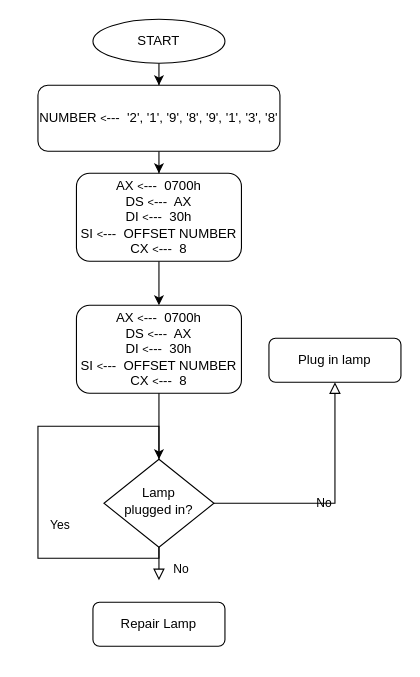
Before: micro1.drawio in mmuurraatt/My-Projects-On-Github, a draw.io diagram. Source tidied: cells renumbered, new cells numbered last; positions are measured from the earlier drawing's top-left corner, leaving out a move shared by most shapes. Both pictures are drawn from the tidied source at 110%, with x=0, y=0 at pixel (37, 19).
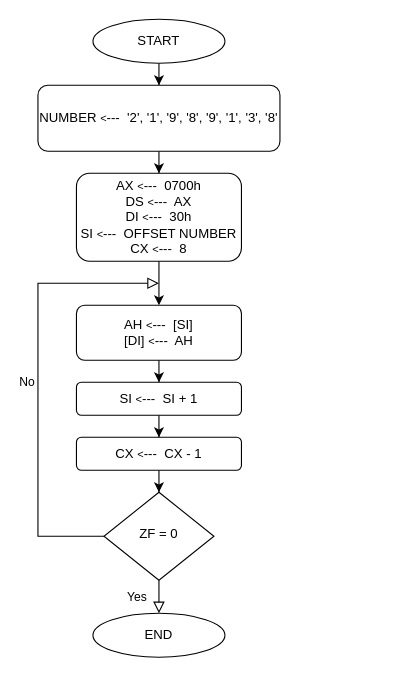
Above is the later version.

Change to the diagram source:
```diff
@@
-    <mxCell id="4" value="Yes" style="rounded=0;html=1;jettySize=auto;fontSize=11;endArrow=block;endFill=0;endSize=8;strokeWidth=1;shadow=0;labelBackgroundColor=none;edgeStyle=orthogonalEdgeStyle;" parent="1" edge="1" source="6">
-      <mxGeometry y="20" relative="1" as="geometry">
-        <mxPoint x="110" y="400" as="targetPoint" />
-        <Array as="points">
-          <mxPoint x="110" y="370" />
-          <mxPoint y="370" />
-          <mxPoint y="490" />
-          <mxPoint x="110" y="490" />
-        </Array>
-      </mxGeometry>
+    <mxCell id="4" value="Yes" style="rounded=0;html=1;jettySize=auto;fontSize=11;endArrow=block;endFill=0;endSize=8;strokeWidth=1;shadow=0;labelBackgroundColor=none;edgeStyle=orthogonalEdgeStyle;entryX=0.5;entryY=0;entryDx=0;entryDy=0;" parent="1" edge="1" source="6" target="22">
+      <mxGeometry y="20" relative="1" as="geometry" />
     </mxCell>
-    <mxCell id="5" value="No" style="edgeStyle=orthogonalEdgeStyle;rounded=0;html=1;jettySize=auto;fontSize=11;endArrow=block;endFill=0;endSize=8;strokeWidth=1;shadow=0;labelBackgroundColor=none;" parent="1" edge="1" source="6" target="7">
-      <mxGeometry y="10" relative="1" as="geometry" />
+    <mxCell id="5" value="No" style="edgeStyle=orthogonalEdgeStyle;rounded=0;html=1;jettySize=auto;fontSize=11;endArrow=block;endFill=0;endSize=8;strokeWidth=1;shadow=0;labelBackgroundColor=none;" parent="1" edge="1" source="6">
+      <mxGeometry y="10" relative="1" as="geometry">
+        <mxPoint x="110" y="240" as="targetPoint" />
+        <Array as="points">
+          <mxPoint y="470" />
+          <mxPoint y="240" />
+        </Array>
+      </mxGeometry>
     </mxCell>
-    <mxCell id="6" value="Lamp&lt;br&gt;plugged in?" style="rhombus;whiteSpace=wrap;html=1;shadow=0;fontFamily=Helvetica;fontSize=12;align=center;strokeWidth=1;spacing=6;spacingTop=-4;" parent="1" vertex="1">
-      <mxGeometry x="60" y="400" width="100" height="80" as="geometry" />
+    <mxCell id="6" value="ZF = 0" style="rhombus;whiteSpace=wrap;html=1;shadow=0;fontFamily=Helvetica;fontSize=12;align=center;strokeWidth=1;spacing=6;spacingTop=-4;" parent="1" vertex="1">
+      <mxGeometry x="60" y="430" width="100" height="80" as="geometry" />
     </mxCell>
-    <mxCell id="7" value="Plug in lamp" style="rounded=1;whiteSpace=wrap;html=1;fontSize=12;glass=0;strokeWidth=1;shadow=0;" parent="1" vertex="1">
-      <mxGeometry x="210" y="290" width="120" height="40" as="geometry" />
-    </mxCell>
-    <mxCell id="8" value="No" style="rounded=0;html=1;jettySize=auto;orthogonalLoop=1;fontSize=11;endArrow=block;endFill=0;endSize=8;strokeWidth=1;shadow=0;labelBackgroundColor=none;edgeStyle=orthogonalEdgeStyle;" parent="1" edge="1">
-      <mxGeometry x="0.33" y="20" relative="1" as="geometry">
-        <mxPoint x="110" y="480" as="sourcePoint" />
-        <mxPoint x="110" y="510" as="targetPoint" />
-      </mxGeometry>
-    </mxCell>
-    <mxCell id="9" value="Repair Lamp" style="rounded=1;whiteSpace=wrap;html=1;fontSize=12;glass=0;strokeWidth=1;shadow=0;" parent="1" vertex="1">
-      <mxGeometry x="50" y="530" width="120" height="40" as="geometry" />
-    </mxCell>
@@
-    <mxCell id="15" style="edgeStyle=orthogonalEdgeStyle;rounded=0;jettySize=auto;html=1;exitX=0.5;exitY=1;exitDx=0;exitDy=0;fontSize=12;entryX=0.5;entryY=0;entryDx=0;entryDy=0;" parent="1" edge="1" source="16" target="6">
-      <mxGeometry relative="1" as="geometry">
-        <Array as="points">
-          <mxPoint x="110" y="330" />
-        </Array>
-      </mxGeometry>
-    </mxCell>
+    <mxCell id="17" style="edgeStyle=orthogonalEdgeStyle;rounded=0;jettySize=auto;html=1;fontSize=12;" parent="1" edge="1" source="16" target="21">
+      <mxGeometry relative="1" as="geometry" />
+    </mxCell>
-    <mxCell id="16" value="AX &lt;font size=&quot;1&quot;&gt;&amp;lt;&lt;/font&gt;---&amp;nbsp; 0700h&lt;br&gt;DS&amp;nbsp;&lt;font style=&quot;font-size: 10px&quot;&gt;&amp;lt;&lt;/font&gt;&lt;font style=&quot;font-size: 12px&quot;&gt;---&lt;/font&gt;&amp;nbsp; AX&lt;br&gt;DI&amp;nbsp;&lt;font size=&quot;1&quot;&gt;&amp;lt;&lt;/font&gt;---&amp;nbsp; 30h&lt;br&gt;SI&amp;nbsp;&lt;font size=&quot;1&quot;&gt;&amp;lt;&lt;/font&gt;---&amp;nbsp; OFFSET NUMBER&lt;br&gt;CX&amp;nbsp;&lt;font size=&quot;1&quot;&gt;&amp;lt;&lt;/font&gt;---&amp;nbsp; 8" style="rounded=1;whiteSpace=wrap;html=1;fontSize=12;glass=0;strokeWidth=1;shadow=0;" parent="1" vertex="1">
-      <mxGeometry x="35" y="260" width="150" height="80" as="geometry" />
+    <mxCell id="16" value="AH&amp;nbsp;&lt;font size=&quot;1&quot;&gt;&amp;lt;&lt;/font&gt;---&amp;nbsp; [SI]&lt;br&gt;[DI]&amp;nbsp;&lt;font style=&quot;font-size: 10px&quot;&gt;&amp;lt;&lt;/font&gt;&lt;font style=&quot;font-size: 12px&quot;&gt;---&lt;/font&gt;&amp;nbsp; AH&lt;br&gt;" style="rounded=1;whiteSpace=wrap;html=1;fontSize=12;glass=0;strokeWidth=1;shadow=0;" parent="1" vertex="1">
+      <mxGeometry x="35" y="260" width="150" height="50" as="geometry" />
     </mxCell>
+    <mxCell id="18" style="edgeStyle=orthogonalEdgeStyle;rounded=0;jettySize=auto;html=1;fontSize=12;entryX=0.5;entryY=0;entryDx=0;entryDy=0;" parent="1" edge="1" source="19" target="6">
+      <mxGeometry relative="1" as="geometry" />
+    </mxCell>
+    <mxCell id="19" value="CX&amp;nbsp;&lt;font size=&quot;1&quot;&gt;&amp;lt;&lt;/font&gt;---&amp;nbsp; CX - 1" style="rounded=1;whiteSpace=wrap;html=1;fontSize=12;glass=0;strokeWidth=1;shadow=0;" parent="1" vertex="1">
+      <mxGeometry x="35" y="380" width="150" height="30" as="geometry" />
+    </mxCell>
+    <mxCell id="20" style="edgeStyle=orthogonalEdgeStyle;rounded=0;jettySize=auto;html=1;fontSize=12;" parent="1" edge="1" source="21" target="19">
+      <mxGeometry relative="1" as="geometry" />
+    </mxCell>
+    <mxCell id="21" value="SI&amp;nbsp;&lt;font size=&quot;1&quot;&gt;&amp;lt;&lt;/font&gt;---&amp;nbsp; SI + 1" style="rounded=1;whiteSpace=wrap;html=1;fontSize=12;glass=0;strokeWidth=1;shadow=0;" parent="1" vertex="1">
+      <mxGeometry x="35" y="330" width="150" height="30" as="geometry" />
+    </mxCell>
+    <mxCell id="22" value="END" style="ellipse;whiteSpace=wrap;html=1;" parent="1" vertex="1">
+      <mxGeometry x="50" y="540" width="120" height="40" as="geometry" />
+    </mxCell>
```
